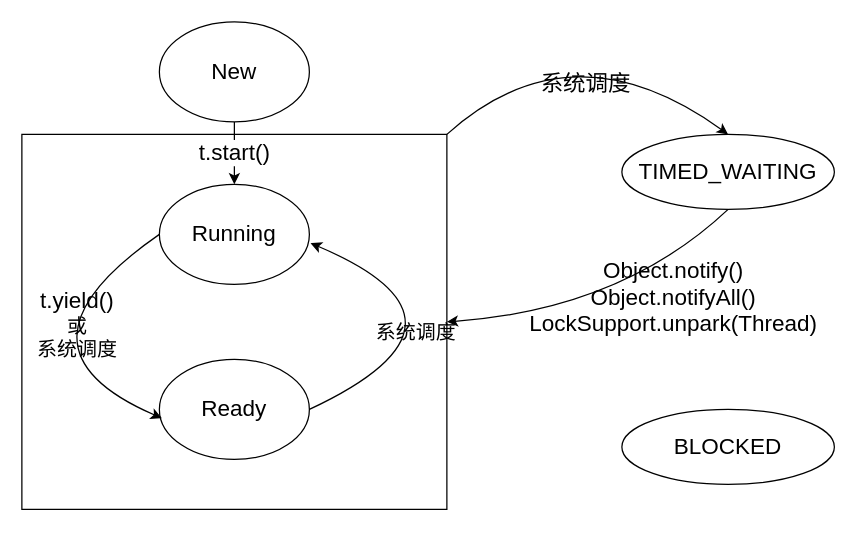
The draw.io diagram thread.drawio in dosjia/chart, before the edit. Source tidied: cells renumbered, new cells numbered last; positions are measured from the earlier drawing's top-left corner, leaving out a move shared by most shapes. Both pictures are drawn from the tidied source at 125%, with x=0, y=0 at pixel (-4, 21).
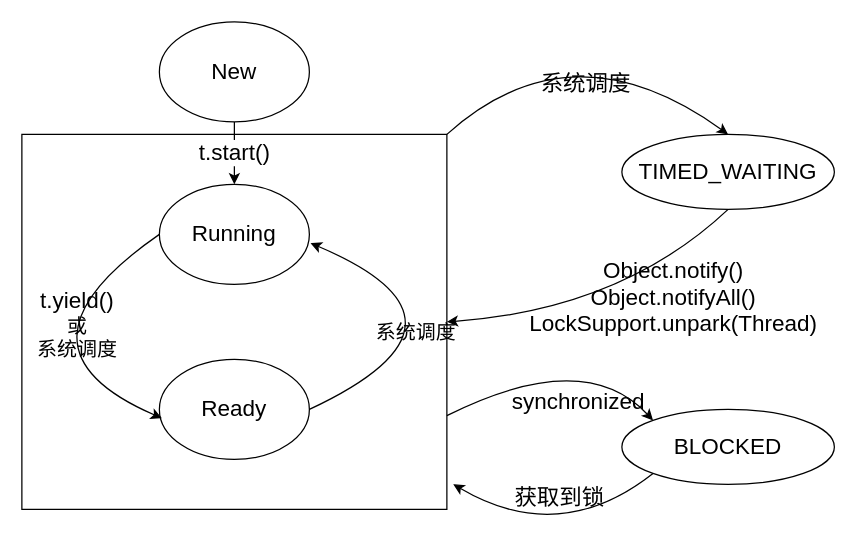
After the change.

Unchanged cells that the change refers to:
```xml
<mxCell id="2" style="rounded=0;whiteSpace=wrap;html=1;" parent="1" vertex="1">
  <mxGeometry x="20" y="90" width="340" height="300" as="geometry" />
</mxCell>
<mxCell id="16" value="&lt;font style=&quot;font-size: 18px&quot;&gt;BLOCKED&lt;/font&gt;" style="ellipse;whiteSpace=wrap;html=1;" parent="1" vertex="1">
  <mxGeometry x="500" y="310" width="170" height="60" as="geometry" />
</mxCell>
```

The edit, as a diff of the source:
```diff
@@
+    <mxCell id="17" style="curved=1;endArrow=classic;html=1;exitX=1;exitY=0.75;exitDx=0;exitDy=0;entryX=0;entryY=0;entryDx=0;entryDy=0;" parent="1" edge="1" source="2" target="16">
+      <mxGeometry relative="1" as="geometry">
+        <Array as="points">
+          <mxPoint x="470" y="260" />
+        </Array>
+      </mxGeometry>
+    </mxCell>
+    <mxCell id="18" value="&lt;font style=&quot;font-size: 18px&quot;&gt;synchronized&lt;/font&gt;" style="edgeLabel;html=1;align=center;verticalAlign=middle;labelBackgroundColor=none;" parent="17" vertex="1">
+      <mxGeometry x="-0.37" y="21" relative="1" as="geometry">
+        <mxPoint x="57" y="36" as="offset" />
+      </mxGeometry>
+    </mxCell>
+    <mxCell id="19" style="curved=1;endArrow=classic;html=1;exitX=0;exitY=1;exitDx=0;exitDy=0;entryX=1.015;entryY=0.933;entryDx=0;entryDy=0;entryPerimeter=0;" parent="1" edge="1" source="16" target="2">
+      <mxGeometry relative="1" as="geometry">
+        <Array as="points">
+          <mxPoint x="450" y="420" />
+        </Array>
+      </mxGeometry>
+    </mxCell>
+    <mxCell id="20" value="&lt;font style=&quot;font-size: 18px&quot;&gt;获取到锁&lt;/font&gt;" style="edgeLabel;html=1;align=center;verticalAlign=middle;labelBackgroundColor=none;" parent="19" vertex="1">
+      <mxGeometry x="-0.37" y="21" relative="1" as="geometry">
+        <mxPoint x="-40" y="-35" as="offset" />
+      </mxGeometry>
+    </mxCell>
```
